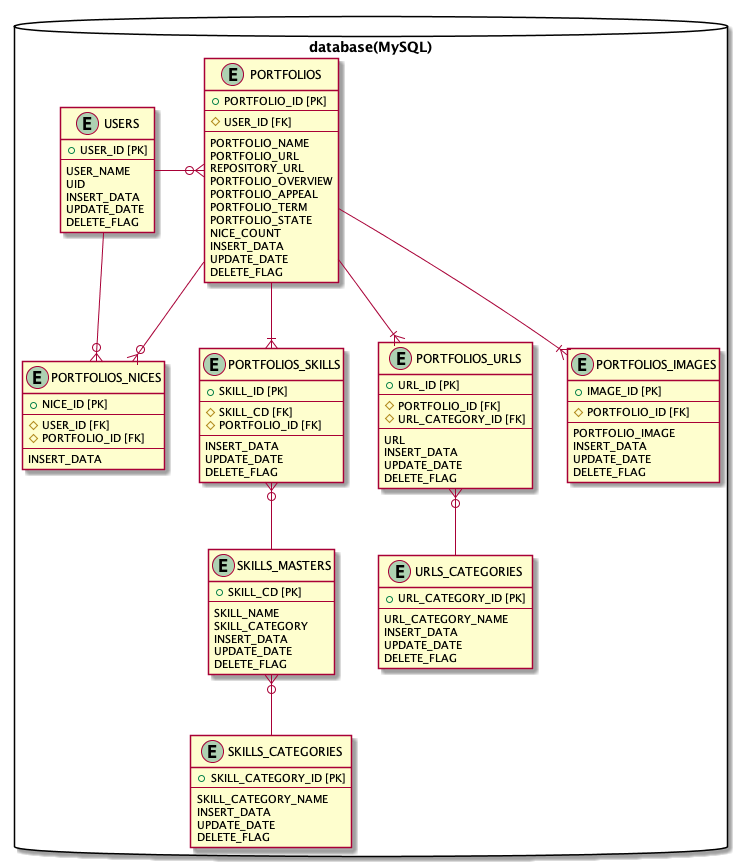
haruto830/pflist-backend keeps this PlantUML diagram as doc/diagrams/EntityRelationship.png. Above is the earlier version.
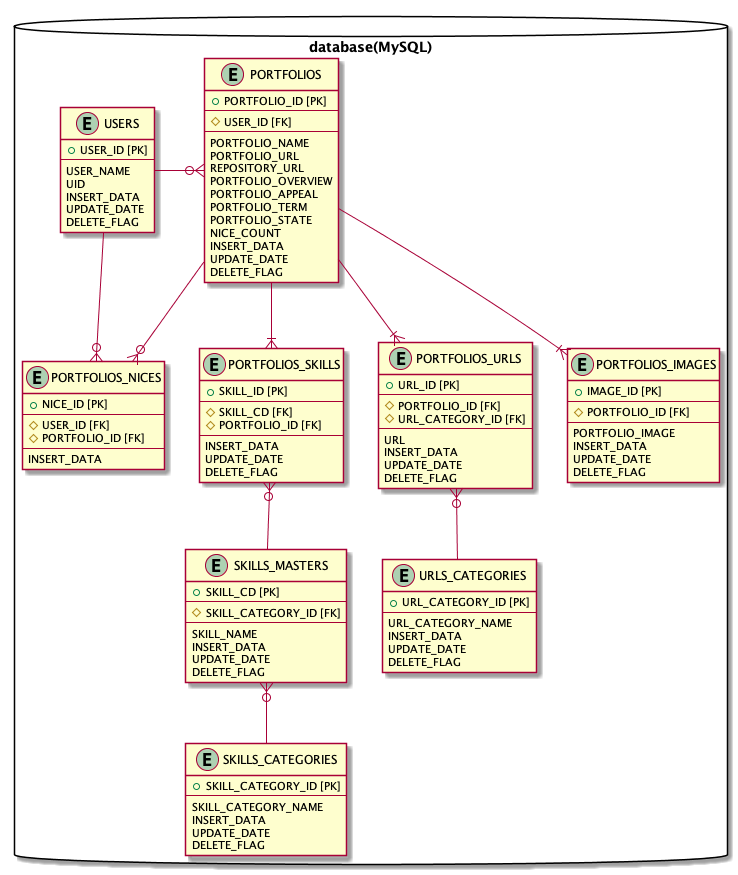
Above is the later version.

Change to the diagram source:
```diff
@@ -55,8 +55,9 @@
     entity "SKILLS_MASTERS" as skills_masters {
         + SKILL_CD [PK]
         --
+        # SKILL_CATEGORY_ID [FK]
+        --
         SKILL_NAME
-        SKILL_CATEGORY
         INSERT_DATA
         UPDATE_DATE
         DELETE_FLAG
```
